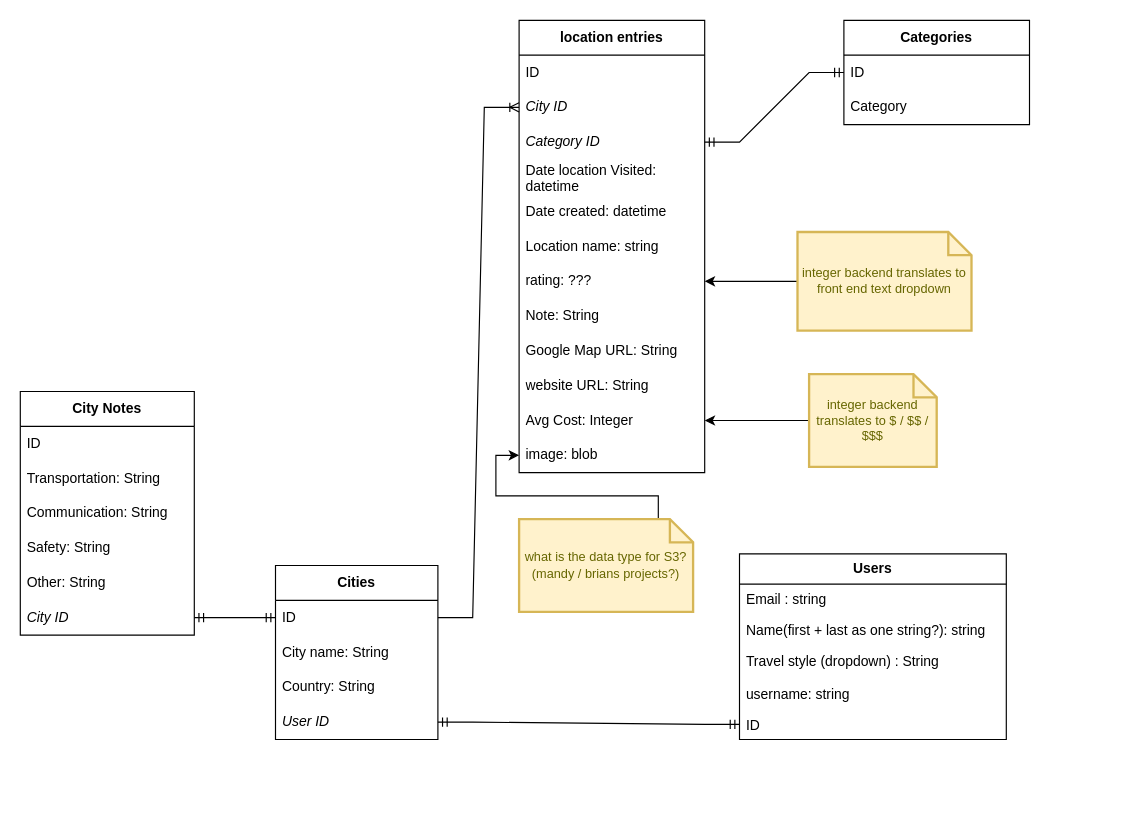
Earlier version of the draw.io diagram DJordan-capstone_travel-blog.drawio (jordandc20/Vicariously_DJordan-capstone). Source tidied: cells renumbered, new cells numbered last; positions are measured from the earlier drawing's top-left corner, leaving out a move shared by most shapes. Both pictures are drawn from the tidied source at 116%, with x=0, y=0 at pixel (20, 20).
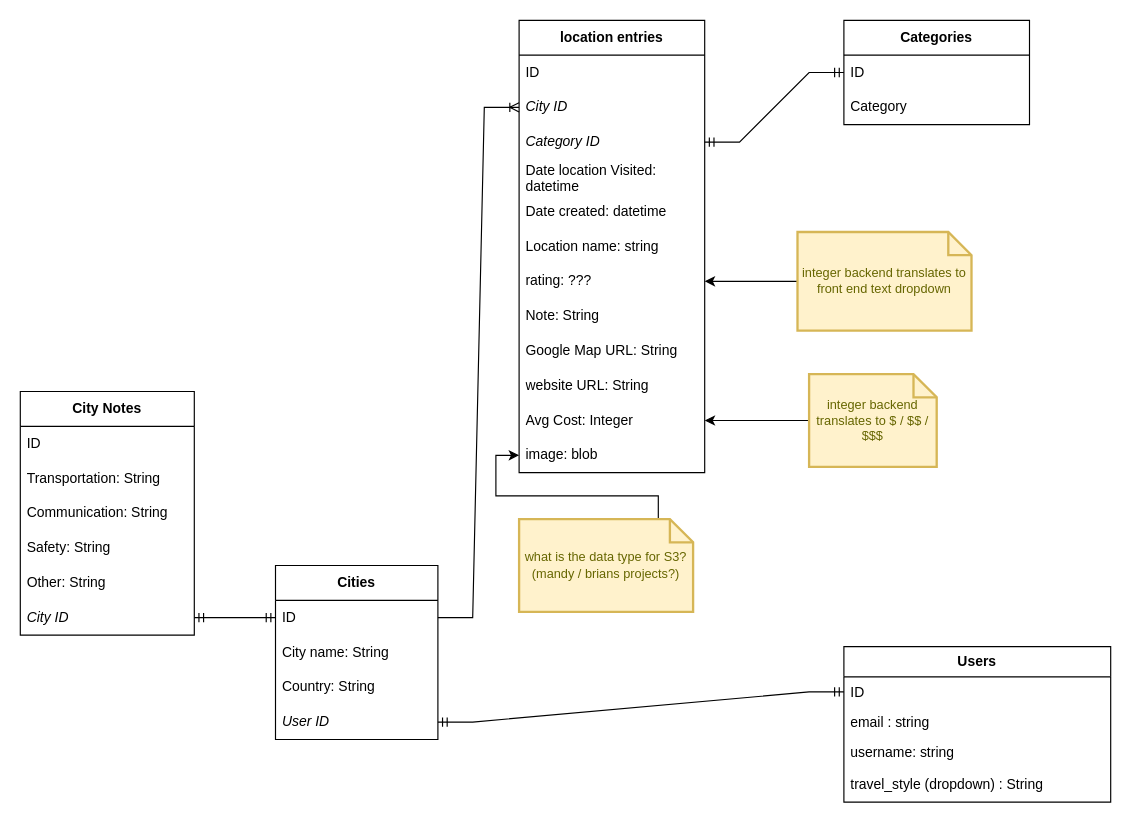
After the change.

What changed in the source:
```diff
@@
     <mxCell id="23" value="Users" style="swimlane;fontStyle=1;horizontal=1;startSize=26;fillColor=none;whiteSpace=wrap;html=1;" parent="1" vertex="1">
-      <mxGeometry x="620" y="460" width="230" height="160" as="geometry" />
+      <mxGeometry x="710" y="540" width="230" height="134" as="geometry" />
     </mxCell>
+    <mxCell id="28" value="ID" style="text;strokeColor=none;fillColor=none;align=left;verticalAlign=top;spacingLeft=4;spacingRight=4;overflow=hidden;points=[[0,0.5],[1,0.5]];portConstraint=eastwest;whiteSpace=wrap;html=1;" parent="23" vertex="1">
+      <mxGeometry y="26" width="230" height="26" as="geometry" />
+    </mxCell>
-    <mxCell id="24" value="Email : string" style="text;strokeColor=none;fillColor=none;align=left;verticalAlign=top;spacingLeft=4;spacingRight=4;overflow=hidden;whiteSpace=wrap;html=1;" parent="23" vertex="1">
-      <mxGeometry y="26" width="230" height="26" as="geometry" />
+    <mxCell id="24" value="email : string" style="text;strokeColor=none;fillColor=none;align=left;verticalAlign=top;spacingLeft=4;spacingRight=4;overflow=hidden;whiteSpace=wrap;html=1;" parent="23" vertex="1">
+      <mxGeometry y="52" width="230" height="26" as="geometry" />
     </mxCell>
-    <mxCell id="25" value="Name(first + last as one string?): string" style="text;strokeColor=none;fillColor=none;align=left;verticalAlign=top;spacingLeft=4;spacingRight=4;overflow=hidden;whiteSpace=wrap;html=1;" parent="23" vertex="1">
-      <mxGeometry y="52" width="230" height="26" as="geometry" />
+    <mxCell id="25" value="username: string" style="text;strokeColor=none;fillColor=none;align=left;verticalAlign=top;spacingLeft=4;spacingRight=4;overflow=hidden;whiteSpace=wrap;html=1;" parent="23" vertex="1">
+      <mxGeometry y="78" width="230" height="26" as="geometry" />
     </mxCell>
-    <mxCell id="26" value="Travel style (dropdown) : String" style="text;strokeColor=none;fillColor=none;align=left;verticalAlign=middle;spacingLeft=4;spacingRight=4;overflow=hidden;whiteSpace=wrap;html=1;" parent="23" vertex="1">
-      <mxGeometry y="78" width="230" height="30" as="geometry" />
+    <mxCell id="26" value="travel_style (dropdown) : String" style="text;strokeColor=none;fillColor=none;align=left;verticalAlign=middle;spacingLeft=4;spacingRight=4;overflow=hidden;whiteSpace=wrap;html=1;" parent="23" vertex="1">
+      <mxGeometry y="104" width="230" height="30" as="geometry" />
     </mxCell>
-    <mxCell id="27" value="username: string" style="text;strokeColor=none;fillColor=none;align=left;verticalAlign=top;spacingLeft=4;spacingRight=4;overflow=hidden;whiteSpace=wrap;html=1;" parent="23" vertex="1">
-      <mxGeometry y="108" width="230" height="26" as="geometry" />
-    </mxCell>
-    <mxCell id="28" value="ID" style="text;strokeColor=none;fillColor=none;align=left;verticalAlign=top;spacingLeft=4;spacingRight=4;overflow=hidden;points=[[0,0.5],[1,0.5]];portConstraint=eastwest;whiteSpace=wrap;html=1;" parent="23" vertex="1">
-      <mxGeometry y="134" width="230" height="26" as="geometry" />
-    </mxCell>
```
